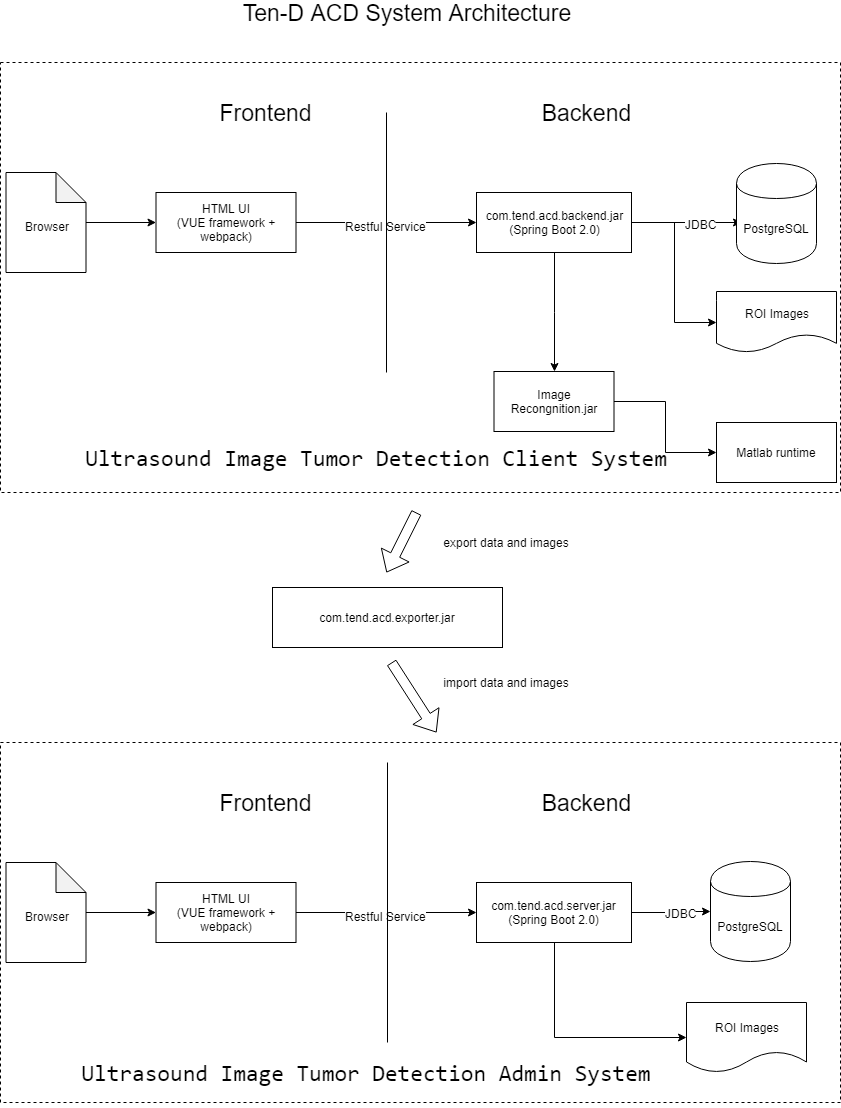
The draw.io diagram doc/tend-architecture.png in half-6/ten-d-acd, before a commit. Source tidied: cells renumbered, new cells last; positions are measured from the earlier drawing's top-left corner, leaving out a move shared by most shapes. Source of this version:
```xml
<mxGraphModel>
  <root>
    <mxCell id="0" />
    <mxCell id="1" parent="0" />
    <mxCell id="2" style="rounded=0;whiteSpace=wrap;html=1;dashed=1;" parent="1" vertex="1">
      <mxGeometry y="60" width="840" height="430" as="geometry" />
    </mxCell>
    <mxCell id="3" style="rounded=0;whiteSpace=wrap;html=1;dashed=1;" parent="1" vertex="1">
      <mxGeometry y="740" width="840" height="360" as="geometry" />
    </mxCell>
    <mxCell id="4" style="edgeStyle=orthogonalEdgeStyle;rounded=0;html=1;entryX=0.063;entryY=0.59;entryDx=0;entryDy=0;entryPerimeter=0;jettySize=auto;" parent="1" edge="1" source="8" target="11">
      <mxGeometry relative="1" as="geometry" />
    </mxCell>
    <mxCell id="5" value="JDBC" style="text;html=1;align=center;verticalAlign=middle;labelBackgroundColor=#ffffff;" parent="4" vertex="1">
      <mxGeometry x="0.26" y="-1" relative="1" as="geometry" />
    </mxCell>
    <mxCell id="6" style="edgeStyle=orthogonalEdgeStyle;rounded=0;html=1;entryX=0.5;entryY=0;entryDx=0;entryDy=0;jettySize=auto;" parent="1" edge="1" source="8" target="14">
      <mxGeometry relative="1" as="geometry" />
    </mxCell>
    <mxCell id="7" style="edgeStyle=orthogonalEdgeStyle;rounded=0;jettySize=auto;html=1;entryX=0;entryY=0.5;entryDx=0;entryDy=0;" parent="1" edge="1" source="8" target="39">
      <mxGeometry relative="1" as="geometry" />
    </mxCell>
    <mxCell id="8" value="com.tend.acd.backend.jar&lt;br&gt;(Spring Boot 2.0)" style="rounded=0;whiteSpace=wrap;html=1;" parent="1" vertex="1">
      <mxGeometry x="476" y="190" width="155" height="60" as="geometry" />
    </mxCell>
    <mxCell id="9" value="&lt;font style=&quot;font-size: 12px&quot;&gt;Restful Service&lt;/font&gt;" style="edgeStyle=orthogonalEdgeStyle;rounded=0;html=1;entryX=0;entryY=0.5;entryDx=0;entryDy=0;jettySize=auto;fontSize=23;" parent="1" edge="1" source="10" target="8">
      <mxGeometry relative="1" as="geometry" />
    </mxCell>
    <mxCell id="10" value="HTML UI&lt;br&gt;(VUE framework + webpack)" style="rounded=0;whiteSpace=wrap;html=1;" parent="1" vertex="1">
      <mxGeometry x="155.5" y="190" width="140" height="60" as="geometry" />
    </mxCell>
    <mxCell id="11" value="PostgreSQL" style="shape=cylinder;whiteSpace=wrap;html=1;boundedLbl=1;backgroundOutline=1;" parent="1" vertex="1">
      <mxGeometry x="736" y="161" width="80" height="100" as="geometry" />
    </mxCell>
    <mxCell id="12" value="Matlab runtime" style="rounded=0;whiteSpace=wrap;html=1;" parent="1" vertex="1">
      <mxGeometry x="716" y="420" width="120" height="60" as="geometry" />
    </mxCell>
    <mxCell id="13" style="edgeStyle=orthogonalEdgeStyle;rounded=0;html=1;jettySize=auto;" parent="1" edge="1" source="14" target="12">
      <mxGeometry relative="1" as="geometry" />
    </mxCell>
    <mxCell id="14" value="Image Recongnition.jar" style="rounded=0;whiteSpace=wrap;html=1;" parent="1" vertex="1">
      <mxGeometry x="493.5" y="369" width="120" height="60" as="geometry" />
    </mxCell>
    <mxCell id="15" style="endArrow=none;html=1;" parent="1" edge="1">
      <mxGeometry relative="1" as="geometry">
        <mxPoint x="386" y="370" as="sourcePoint" />
        <mxPoint x="386" y="110" as="targetPoint" />
      </mxGeometry>
    </mxCell>
    <mxCell id="16" value="Frontend" style="text;html=1;strokeColor=none;fillColor=none;align=center;verticalAlign=middle;whiteSpace=wrap;rounded=0;fontSize=23;" parent="1" vertex="1">
      <mxGeometry x="245.5" y="100" width="40" height="20" as="geometry" />
    </mxCell>
    <mxCell id="17" value="Backend" style="text;html=1;strokeColor=none;fillColor=none;align=center;verticalAlign=middle;whiteSpace=wrap;rounded=0;fontSize=23;" parent="1" vertex="1">
      <mxGeometry x="565.5" y="100" width="40" height="20" as="geometry" />
    </mxCell>
    <mxCell id="18" style="edgeStyle=orthogonalEdgeStyle;rounded=0;html=1;jettySize=auto;fontSize=23;" parent="1" edge="1" source="19" target="10">
      <mxGeometry relative="1" as="geometry" />
    </mxCell>
    <mxCell id="19" value="&lt;font style=&quot;font-size: 12px&quot;&gt;Browser&lt;/font&gt;" style="shape=note;whiteSpace=wrap;html=1;backgroundOutline=1;darkOpacity=0.05;fontSize=23;" parent="1" vertex="1">
      <mxGeometry x="5.5" y="170" width="80" height="100" as="geometry" />
    </mxCell>
    <mxCell id="20" value="Ten-D ACD System Architecture" style="text;html=1;strokeColor=none;fillColor=none;align=center;verticalAlign=middle;whiteSpace=wrap;rounded=0;fontSize=23;" parent="1" vertex="1">
      <mxGeometry x="206" width="400" height="20" as="geometry" />
    </mxCell>
    <mxCell id="21" value="&lt;pre&gt;&lt;span&gt;Ultrasound Image Tumor Detection Client System&lt;/span&gt;&lt;/pre&gt;" style="text;html=1;strokeColor=none;fillColor=none;align=center;verticalAlign=middle;whiteSpace=wrap;rounded=0;fontSize=23;" parent="1" vertex="1">
      <mxGeometry x="36" y="440" width="680" height="30" as="geometry" />
    </mxCell>
    <mxCell id="22" style="edgeStyle=orthogonalEdgeStyle;rounded=0;html=1;entryX=0;entryY=0.5;entryDx=0;entryDy=0;jettySize=auto;" parent="1" edge="1" source="25" target="28">
      <mxGeometry relative="1" as="geometry" />
    </mxCell>
    <mxCell id="23" value="JDBC" style="text;html=1;align=center;verticalAlign=middle;labelBackgroundColor=#ffffff;" parent="22" vertex="1">
      <mxGeometry x="0.26" y="-1" relative="1" as="geometry" />
    </mxCell>
    <mxCell id="24" style="edgeStyle=orthogonalEdgeStyle;rounded=0;jettySize=auto;html=1;entryX=0;entryY=0.5;entryDx=0;entryDy=0;" parent="1" edge="1" source="25" target="40">
      <mxGeometry relative="1" as="geometry">
        <Array as="points">
          <mxPoint x="554" y="1035" />
        </Array>
      </mxGeometry>
    </mxCell>
    <mxCell id="25" value="com.tend.acd.server.jar&lt;br&gt;(Spring Boot 2.0)" style="rounded=0;whiteSpace=wrap;html=1;" parent="1" vertex="1">
      <mxGeometry x="476" y="880" width="155" height="60" as="geometry" />
    </mxCell>
    <mxCell id="26" value="&lt;font style=&quot;font-size: 12px&quot;&gt;Restful Service&lt;/font&gt;" style="edgeStyle=orthogonalEdgeStyle;rounded=0;html=1;entryX=0;entryY=0.5;entryDx=0;entryDy=0;jettySize=auto;fontSize=23;" parent="1" edge="1" source="27" target="25">
      <mxGeometry relative="1" as="geometry" />
    </mxCell>
    <mxCell id="27" value="HTML UI&lt;br&gt;(VUE framework + webpack)" style="rounded=0;whiteSpace=wrap;html=1;" parent="1" vertex="1">
      <mxGeometry x="155.5" y="880" width="140" height="60" as="geometry" />
    </mxCell>
    <mxCell id="28" value="PostgreSQL" style="shape=cylinder;whiteSpace=wrap;html=1;boundedLbl=1;backgroundOutline=1;" parent="1" vertex="1">
      <mxGeometry x="710" y="859" width="80" height="100" as="geometry" />
    </mxCell>
    <mxCell id="29" value="Frontend" style="text;html=1;strokeColor=none;fillColor=none;align=center;verticalAlign=middle;whiteSpace=wrap;rounded=0;fontSize=23;" parent="1" vertex="1">
      <mxGeometry x="245.5" y="790" width="40" height="20" as="geometry" />
    </mxCell>
    <mxCell id="30" value="Backend" style="text;html=1;strokeColor=none;fillColor=none;align=center;verticalAlign=middle;whiteSpace=wrap;rounded=0;fontSize=23;" parent="1" vertex="1">
      <mxGeometry x="565.5" y="790" width="40" height="20" as="geometry" />
    </mxCell>
    <mxCell id="31" style="edgeStyle=orthogonalEdgeStyle;rounded=0;html=1;jettySize=auto;fontSize=23;" parent="1" edge="1" source="32" target="27">
      <mxGeometry relative="1" as="geometry" />
    </mxCell>
    <mxCell id="32" value="&lt;font style=&quot;font-size: 12px&quot;&gt;Browser&lt;/font&gt;" style="shape=note;whiteSpace=wrap;html=1;backgroundOutline=1;darkOpacity=0.05;fontSize=23;" parent="1" vertex="1">
      <mxGeometry x="5.5" y="860" width="80" height="100" as="geometry" />
    </mxCell>
    <mxCell id="33" style="endArrow=none;html=1;" parent="1" edge="1">
      <mxGeometry relative="1" as="geometry">
        <mxPoint x="387" y="1040" as="sourcePoint" />
        <mxPoint x="387" y="760" as="targetPoint" />
      </mxGeometry>
    </mxCell>
    <mxCell id="34" value="com.tend.acd.exporter.jar" style="rounded=0;whiteSpace=wrap;html=1;" parent="1" vertex="1">
      <mxGeometry x="272" y="585" width="230" height="60" as="geometry" />
    </mxCell>
    <mxCell id="35" style="shape=flexArrow;endArrow=classic;html=1;" parent="1" edge="1">
      <mxGeometry relative="1" as="geometry">
        <mxPoint x="416" y="510" as="sourcePoint" />
        <mxPoint x="386" y="570" as="targetPoint" />
      </mxGeometry>
    </mxCell>
    <mxCell id="36" value="export data and images" style="text;html=1;strokeColor=none;fillColor=none;align=center;verticalAlign=middle;whiteSpace=wrap;rounded=0;" parent="1" vertex="1">
      <mxGeometry x="421" y="530" width="170" height="20" as="geometry" />
    </mxCell>
    <mxCell id="37" style="shape=flexArrow;endArrow=classic;html=1;" parent="1" edge="1">
      <mxGeometry relative="1" as="geometry">
        <mxPoint x="391" y="660" as="sourcePoint" />
        <mxPoint x="436" y="730" as="targetPoint" />
      </mxGeometry>
    </mxCell>
    <mxCell id="38" value="import data and images" style="text;html=1;strokeColor=none;fillColor=none;align=center;verticalAlign=middle;whiteSpace=wrap;rounded=0;" parent="1" vertex="1">
      <mxGeometry x="421" y="670" width="170" height="20" as="geometry" />
    </mxCell>
    <mxCell id="39" value="ROI Images" style="shape=document;whiteSpace=wrap;html=1;boundedLbl=1;" parent="1" vertex="1">
      <mxGeometry x="716" y="289" width="120" height="61" as="geometry" />
    </mxCell>
    <mxCell id="40" value="ROI Images" style="shape=document;whiteSpace=wrap;html=1;boundedLbl=1;" parent="1" vertex="1">
      <mxGeometry x="686" y="1000" width="120" height="70" as="geometry" />
    </mxCell>
    <mxCell id="41" value="&lt;pre&gt;&lt;span&gt;Ultrasound Image Tumor Detection Admin System&lt;/span&gt;&lt;/pre&gt;" style="text;html=1;strokeColor=none;fillColor=none;align=center;verticalAlign=middle;whiteSpace=wrap;rounded=0;fontSize=23;" parent="1" vertex="1">
      <mxGeometry x="25.5" y="1055" width="680" height="30" as="geometry" />
    </mxCell>
  </root>
</mxGraphModel>
```
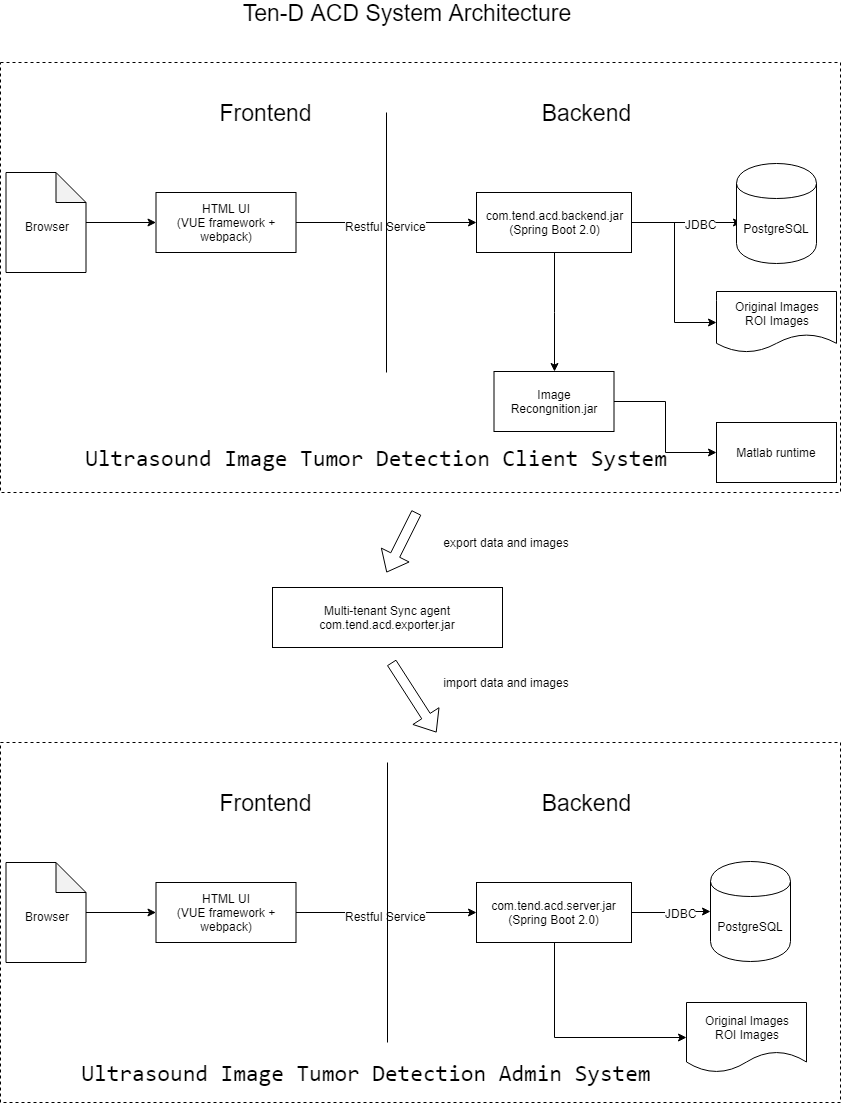
The same diagram one commit later.

Change to the diagram source:
```diff
@@ -108,7 +108,7 @@
         <mxPoint x="387" y="760" as="targetPoint" />
       </mxGeometry>
     </mxCell>
-    <mxCell id="34" value="com.tend.acd.exporter.jar" style="rounded=0;whiteSpace=wrap;html=1;" parent="1" vertex="1">
+    <mxCell id="34" value="Multi-tenant Sync agent&lt;br&gt;com.tend.acd.exporter.jar" style="rounded=0;whiteSpace=wrap;html=1;" parent="1" vertex="1">
       <mxGeometry x="272" y="585" width="230" height="60" as="geometry" />
     </mxCell>
     <mxCell id="35" style="shape=flexArrow;endArrow=classic;html=1;" parent="1" edge="1">
@@ -129,10 +129,10 @@
     <mxCell id="38" value="import data and images" style="text;html=1;strokeColor=none;fillColor=none;align=center;verticalAlign=middle;whiteSpace=wrap;rounded=0;" parent="1" vertex="1">
       <mxGeometry x="421" y="670" width="170" height="20" as="geometry" />
     </mxCell>
-    <mxCell id="39" value="ROI Images" style="shape=document;whiteSpace=wrap;html=1;boundedLbl=1;" parent="1" vertex="1">
+    <mxCell id="39" value="Original Images&lt;br&gt;ROI Images&lt;br&gt;" style="shape=document;whiteSpace=wrap;html=1;boundedLbl=1;" parent="1" vertex="1">
       <mxGeometry x="716" y="289" width="120" height="61" as="geometry" />
     </mxCell>
-    <mxCell id="40" value="ROI Images" style="shape=document;whiteSpace=wrap;html=1;boundedLbl=1;" parent="1" vertex="1">
+    <mxCell id="40" value="Original Images&lt;br&gt;ROI Images" style="shape=document;whiteSpace=wrap;html=1;boundedLbl=1;" parent="1" vertex="1">
       <mxGeometry x="686" y="1000" width="120" height="70" as="geometry" />
     </mxCell>
     <mxCell id="41" value="&lt;pre&gt;&lt;span&gt;Ultrasound Image Tumor Detection Admin System&lt;/span&gt;&lt;/pre&gt;" style="text;html=1;strokeColor=none;fillColor=none;align=center;verticalAlign=middle;whiteSpace=wrap;rounded=0;fontSize=23;" parent="1" vertex="1">
```
